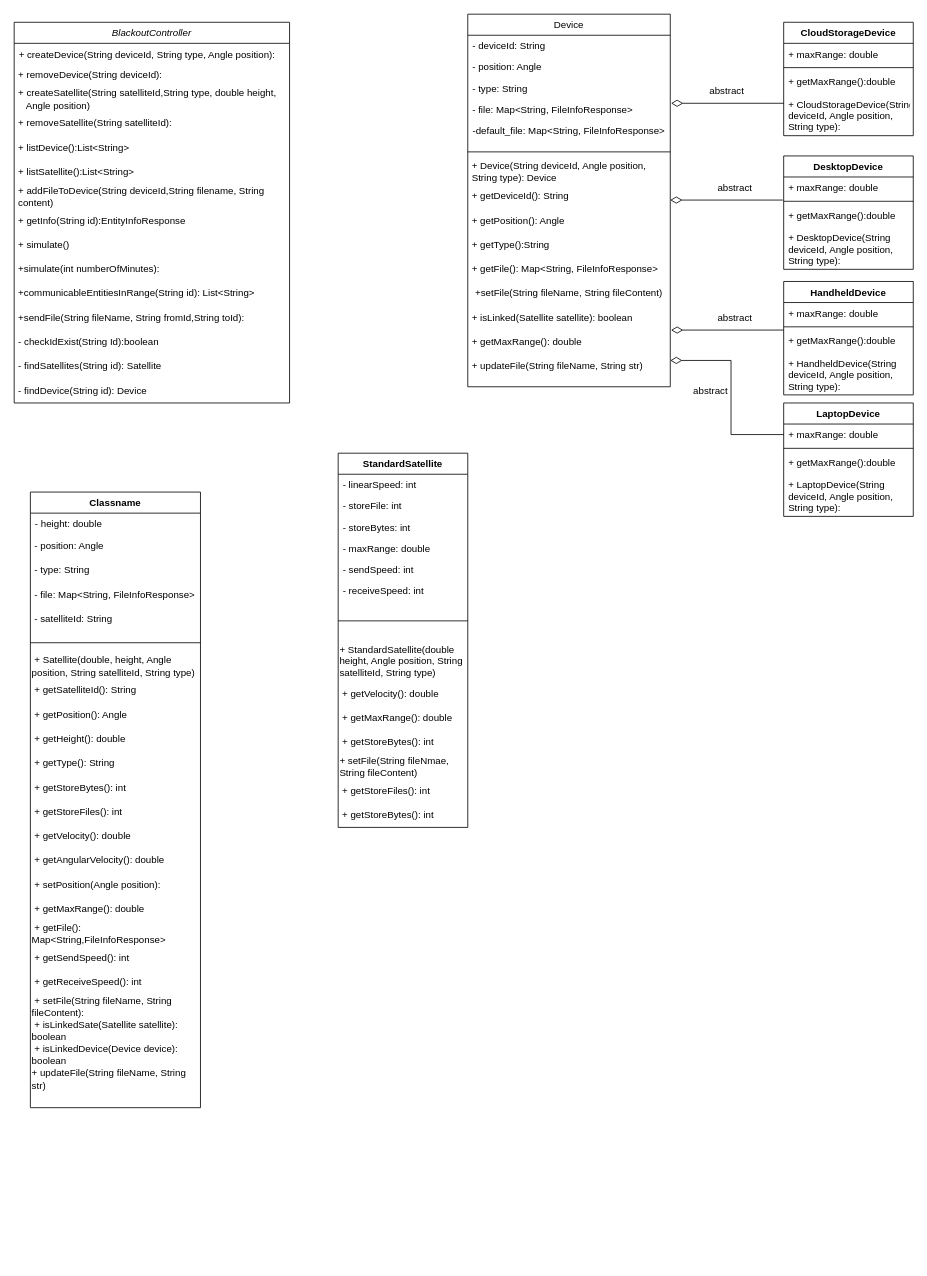
Above: Untitled Diagram.drawio in BegSimonIner/comp2511 (draw.io), before the change. Source tidied: cells renumbered, new cells numbered last; positions are measured from the earlier drawing's top-left corner, leaving out a move shared by most shapes. Both pictures are drawn from the tidied source at 81%, with x=0, y=0 at pixel (14, 14).
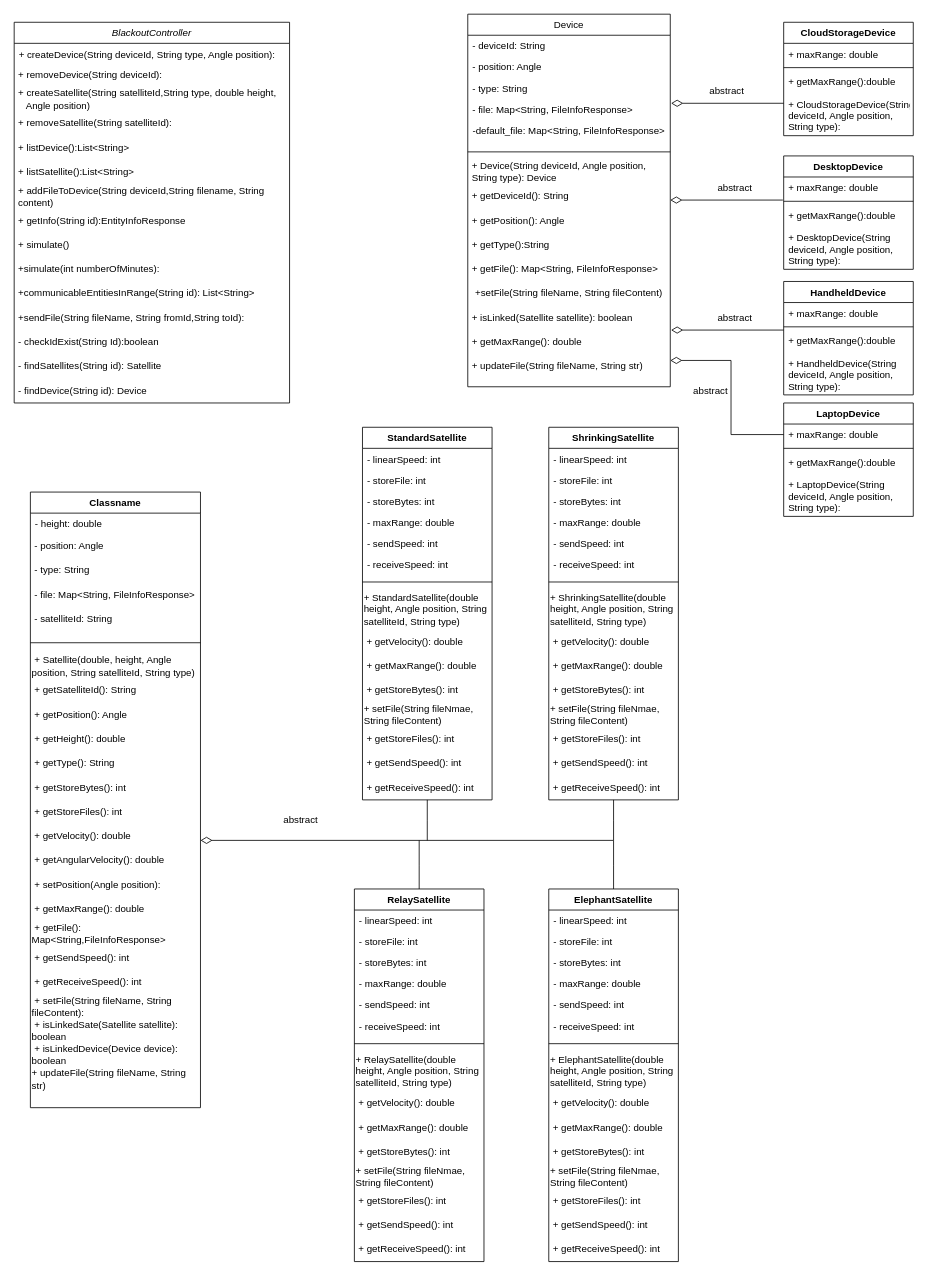
Above is the later version.

What changed in the source:
```diff
@@
     <mxCell id="84" value="StandardSatellite" style="swimlane;fontStyle=1;align=center;verticalAlign=top;horizontal=1;startSize=26;" parent="1" vertex="1">
-      <mxGeometry x="400" y="542" width="160" height="462" as="geometry" />
+      <mxGeometry x="430" y="510" width="160" height="460" as="geometry" />
     </mxCell>
@@
     <mxCell id="91" style="line;strokeWidth=1;fillColor=none;align=left;verticalAlign=middle;spacingTop=-1;spacingLeft=3;spacingRight=3;labelPosition=right;" parent="84" vertex="1">
-      <mxGeometry y="182" width="160" height="50" as="geometry" />
+      <mxGeometry y="182" width="160" height="18" as="geometry" />
     </mxCell>
     <mxCell id="92" value="+ StandardSatellite(double height, Angle position, String satelliteId, String type)" style="text;html=1;strokeColor=none;fillColor=none;align=left;verticalAlign=middle;whiteSpace=wrap;rounded=0;" parent="84" vertex="1">
-      <mxGeometry y="232" width="160" height="50" as="geometry" />
+      <mxGeometry y="200" width="160" height="50" as="geometry" />
     </mxCell>
     <mxCell id="93" value="&amp;nbsp;+ getVelocity(): double" style="text;html=1;strokeColor=none;fillColor=none;align=left;verticalAlign=middle;whiteSpace=wrap;rounded=0;" parent="84" vertex="1">
-      <mxGeometry y="282" width="160" height="30" as="geometry" />
+      <mxGeometry y="250" width="160" height="30" as="geometry" />
     </mxCell>
     <mxCell id="94" value="&amp;nbsp;+ getMaxRange(): double" style="text;html=1;strokeColor=none;fillColor=none;align=left;verticalAlign=middle;whiteSpace=wrap;rounded=0;" parent="84" vertex="1">
-      <mxGeometry y="312" width="160" height="30" as="geometry" />
+      <mxGeometry y="280" width="160" height="30" as="geometry" />
     </mxCell>
     <mxCell id="95" value="&amp;nbsp;+ getStoreBytes(): int" style="text;html=1;strokeColor=none;fillColor=none;align=left;verticalAlign=middle;whiteSpace=wrap;rounded=0;" parent="84" vertex="1">
-      <mxGeometry y="342" width="160" height="30" as="geometry" />
+      <mxGeometry y="310" width="160" height="30" as="geometry" />
     </mxCell>
     <mxCell id="96" value="+ setFile(String fileNmae, String fileContent)" style="text;html=1;strokeColor=none;fillColor=none;align=left;verticalAlign=middle;whiteSpace=wrap;rounded=0;" parent="84" vertex="1">
-      <mxGeometry y="372" width="160" height="30" as="geometry" />
+      <mxGeometry y="340" width="160" height="30" as="geometry" />
     </mxCell>
     <mxCell id="97" value="&amp;nbsp;+ getStoreFiles(): int" style="text;html=1;strokeColor=none;fillColor=none;align=left;verticalAlign=middle;whiteSpace=wrap;rounded=0;" parent="84" vertex="1">
-      <mxGeometry y="402" width="160" height="30" as="geometry" />
+      <mxGeometry y="370" width="160" height="30" as="geometry" />
     </mxCell>
-    <mxCell id="98" value="&amp;nbsp;+ getStoreBytes(): int" style="text;html=1;strokeColor=none;fillColor=none;align=left;verticalAlign=middle;whiteSpace=wrap;rounded=0;" parent="84" vertex="1">
-      <mxGeometry y="432" width="160" height="30" as="geometry" />
+    <mxCell id="98" value="&amp;nbsp;+ getSendSpeed(): int" style="text;html=1;strokeColor=none;fillColor=none;align=left;verticalAlign=middle;whiteSpace=wrap;rounded=0;" parent="84" vertex="1">
+      <mxGeometry y="400" width="160" height="30" as="geometry" />
     </mxCell>
+    <mxCell id="99" value="&amp;nbsp;+ getReceiveSpeed(): int" style="text;html=1;strokeColor=none;fillColor=none;align=left;verticalAlign=middle;whiteSpace=wrap;rounded=0;" parent="84" vertex="1">
+      <mxGeometry y="430" width="160" height="30" as="geometry" />
+    </mxCell>
+    <mxCell id="100" value="ShrinkingSatellite" style="swimlane;fontStyle=1;align=center;verticalAlign=top;horizontal=1;startSize=26;" parent="1" vertex="1">
+      <mxGeometry x="660" y="510" width="160" height="460" as="geometry" />
+    </mxCell>
+    <mxCell id="101" value="- linearSpeed: int" style="text;strokeColor=none;fillColor=none;align=left;verticalAlign=top;spacingLeft=4;spacingRight=4;overflow=hidden;" parent="100" vertex="1">
+      <mxGeometry y="26" width="160" height="26" as="geometry" />
+    </mxCell>
+    <mxCell id="102" value="- storeFile: int" style="text;strokeColor=none;fillColor=none;align=left;verticalAlign=top;spacingLeft=4;spacingRight=4;overflow=hidden;" parent="100" vertex="1">
+      <mxGeometry y="52" width="160" height="26" as="geometry" />
+    </mxCell>
+    <mxCell id="103" value="- storeBytes: int" style="text;strokeColor=none;fillColor=none;align=left;verticalAlign=top;spacingLeft=4;spacingRight=4;overflow=hidden;" parent="100" vertex="1">
+      <mxGeometry y="78" width="160" height="26" as="geometry" />
+    </mxCell>
+    <mxCell id="104" value="- maxRange: double" style="text;strokeColor=none;fillColor=none;align=left;verticalAlign=top;spacingLeft=4;spacingRight=4;overflow=hidden;" parent="100" vertex="1">
+      <mxGeometry y="104" width="160" height="26" as="geometry" />
+    </mxCell>
+    <mxCell id="105" value="- sendSpeed: int" style="text;strokeColor=none;fillColor=none;align=left;verticalAlign=top;spacingLeft=4;spacingRight=4;overflow=hidden;" parent="100" vertex="1">
+      <mxGeometry y="130" width="160" height="26" as="geometry" />
+    </mxCell>
+    <mxCell id="106" value="- receiveSpeed: int" style="text;strokeColor=none;fillColor=none;align=left;verticalAlign=top;spacingLeft=4;spacingRight=4;overflow=hidden;" parent="100" vertex="1">
+      <mxGeometry y="156" width="160" height="26" as="geometry" />
+    </mxCell>
+    <mxCell id="107" style="line;strokeWidth=1;fillColor=none;align=left;verticalAlign=middle;spacingTop=-1;spacingLeft=3;spacingRight=3;labelPosition=right;" parent="100" vertex="1">
+      <mxGeometry y="182" width="160" height="18" as="geometry" />
+    </mxCell>
+    <mxCell id="108" value="+ ShrinkingSatellite(double height, Angle position, String satelliteId, String type)" style="text;html=1;strokeColor=none;fillColor=none;align=left;verticalAlign=middle;whiteSpace=wrap;rounded=0;" parent="100" vertex="1">
+      <mxGeometry y="200" width="160" height="50" as="geometry" />
+    </mxCell>
+    <mxCell id="109" value="&amp;nbsp;+ getVelocity(): double" style="text;html=1;strokeColor=none;fillColor=none;align=left;verticalAlign=middle;whiteSpace=wrap;rounded=0;" parent="100" vertex="1">
+      <mxGeometry y="250" width="160" height="30" as="geometry" />
+    </mxCell>
+    <mxCell id="110" value="&amp;nbsp;+ getMaxRange(): double" style="text;html=1;strokeColor=none;fillColor=none;align=left;verticalAlign=middle;whiteSpace=wrap;rounded=0;" parent="100" vertex="1">
+      <mxGeometry y="280" width="160" height="30" as="geometry" />
+    </mxCell>
+    <mxCell id="111" value="&amp;nbsp;+ getStoreBytes(): int" style="text;html=1;strokeColor=none;fillColor=none;align=left;verticalAlign=middle;whiteSpace=wrap;rounded=0;" parent="100" vertex="1">
+      <mxGeometry y="310" width="160" height="30" as="geometry" />
+    </mxCell>
+    <mxCell id="112" value="+ setFile(String fileNmae, String fileContent)" style="text;html=1;strokeColor=none;fillColor=none;align=left;verticalAlign=middle;whiteSpace=wrap;rounded=0;" parent="100" vertex="1">
+      <mxGeometry y="340" width="160" height="30" as="geometry" />
+    </mxCell>
+    <mxCell id="113" value="&amp;nbsp;+ getStoreFiles(): int" style="text;html=1;strokeColor=none;fillColor=none;align=left;verticalAlign=middle;whiteSpace=wrap;rounded=0;" parent="100" vertex="1">
+      <mxGeometry y="370" width="160" height="30" as="geometry" />
+    </mxCell>
+    <mxCell id="114" value="&amp;nbsp;+ getSendSpeed(): int" style="text;html=1;strokeColor=none;fillColor=none;align=left;verticalAlign=middle;whiteSpace=wrap;rounded=0;" parent="100" vertex="1">
+      <mxGeometry y="400" width="160" height="30" as="geometry" />
+    </mxCell>
+    <mxCell id="115" value="&amp;nbsp;+ getReceiveSpeed(): int" style="text;html=1;strokeColor=none;fillColor=none;align=left;verticalAlign=middle;whiteSpace=wrap;rounded=0;" parent="100" vertex="1">
+      <mxGeometry y="430" width="160" height="30" as="geometry" />
+    </mxCell>
+    <mxCell id="116" style="edgeStyle=orthogonalEdgeStyle;rounded=0;jettySize=auto;html=1;exitX=0.5;exitY=0;exitDx=0;exitDy=0;endArrow=none;endFill=0;endSize=12;strokeWidth=1;" parent="1" edge="1" source="117">
+      <mxGeometry relative="1" as="geometry">
+        <mxPoint x="500" y="1020" as="targetPoint" />
+      </mxGeometry>
+    </mxCell>
+    <mxCell id="117" value="RelaySatellite" style="swimlane;fontStyle=1;align=center;verticalAlign=top;horizontal=1;startSize=26;" parent="1" vertex="1">
+      <mxGeometry x="420" y="1080" width="160" height="460" as="geometry" />
+    </mxCell>
+    <mxCell id="118" value="- linearSpeed: int" style="text;strokeColor=none;fillColor=none;align=left;verticalAlign=top;spacingLeft=4;spacingRight=4;overflow=hidden;" parent="117" vertex="1">
+      <mxGeometry y="26" width="160" height="26" as="geometry" />
+    </mxCell>
+    <mxCell id="119" value="- storeFile: int" style="text;strokeColor=none;fillColor=none;align=left;verticalAlign=top;spacingLeft=4;spacingRight=4;overflow=hidden;" parent="117" vertex="1">
+      <mxGeometry y="52" width="160" height="26" as="geometry" />
+    </mxCell>
+    <mxCell id="120" value="- storeBytes: int" style="text;strokeColor=none;fillColor=none;align=left;verticalAlign=top;spacingLeft=4;spacingRight=4;overflow=hidden;" parent="117" vertex="1">
+      <mxGeometry y="78" width="160" height="26" as="geometry" />
+    </mxCell>
+    <mxCell id="121" value="- maxRange: double" style="text;strokeColor=none;fillColor=none;align=left;verticalAlign=top;spacingLeft=4;spacingRight=4;overflow=hidden;" parent="117" vertex="1">
+      <mxGeometry y="104" width="160" height="26" as="geometry" />
+    </mxCell>
+    <mxCell id="122" value="- sendSpeed: int" style="text;strokeColor=none;fillColor=none;align=left;verticalAlign=top;spacingLeft=4;spacingRight=4;overflow=hidden;" parent="117" vertex="1">
+      <mxGeometry y="130" width="160" height="26" as="geometry" />
+    </mxCell>
+    <mxCell id="123" value="- receiveSpeed: int" style="text;strokeColor=none;fillColor=none;align=left;verticalAlign=top;spacingLeft=4;spacingRight=4;overflow=hidden;" parent="117" vertex="1">
+      <mxGeometry y="156" width="160" height="26" as="geometry" />
+    </mxCell>
+    <mxCell id="124" style="line;strokeWidth=1;fillColor=none;align=left;verticalAlign=middle;spacingTop=-1;spacingLeft=3;spacingRight=3;labelPosition=right;" parent="117" vertex="1">
+      <mxGeometry y="182" width="160" height="18" as="geometry" />
+    </mxCell>
+    <mxCell id="125" value="+ RelaySatellite(double height, Angle position, String satelliteId, String type)" style="text;html=1;strokeColor=none;fillColor=none;align=left;verticalAlign=middle;whiteSpace=wrap;rounded=0;" parent="117" vertex="1">
+      <mxGeometry y="200" width="160" height="50" as="geometry" />
+    </mxCell>
+    <mxCell id="126" value="&amp;nbsp;+ getVelocity(): double" style="text;html=1;strokeColor=none;fillColor=none;align=left;verticalAlign=middle;whiteSpace=wrap;rounded=0;" parent="117" vertex="1">
+      <mxGeometry y="250" width="160" height="30" as="geometry" />
+    </mxCell>
+    <mxCell id="127" value="&amp;nbsp;+ getMaxRange(): double" style="text;html=1;strokeColor=none;fillColor=none;align=left;verticalAlign=middle;whiteSpace=wrap;rounded=0;" parent="117" vertex="1">
+      <mxGeometry y="280" width="160" height="30" as="geometry" />
+    </mxCell>
+    <mxCell id="128" value="&amp;nbsp;+ getStoreBytes(): int" style="text;html=1;strokeColor=none;fillColor=none;align=left;verticalAlign=middle;whiteSpace=wrap;rounded=0;" parent="117" vertex="1">
+      <mxGeometry y="310" width="160" height="30" as="geometry" />
+    </mxCell>
+    <mxCell id="129" value="+ setFile(String fileNmae, String fileContent)" style="text;html=1;strokeColor=none;fillColor=none;align=left;verticalAlign=middle;whiteSpace=wrap;rounded=0;" parent="117" vertex="1">
+      <mxGeometry y="340" width="160" height="30" as="geometry" />
+    </mxCell>
+    <mxCell id="130" value="&amp;nbsp;+ getStoreFiles(): int" style="text;html=1;strokeColor=none;fillColor=none;align=left;verticalAlign=middle;whiteSpace=wrap;rounded=0;" parent="117" vertex="1">
+      <mxGeometry y="370" width="160" height="30" as="geometry" />
+    </mxCell>
+    <mxCell id="131" value="&amp;nbsp;+ getSendSpeed(): int" style="text;html=1;strokeColor=none;fillColor=none;align=left;verticalAlign=middle;whiteSpace=wrap;rounded=0;" parent="117" vertex="1">
+      <mxGeometry y="400" width="160" height="30" as="geometry" />
+    </mxCell>
+    <mxCell id="132" value="&amp;nbsp;+ getReceiveSpeed(): int" style="text;html=1;strokeColor=none;fillColor=none;align=left;verticalAlign=middle;whiteSpace=wrap;rounded=0;" parent="117" vertex="1">
+      <mxGeometry y="430" width="160" height="30" as="geometry" />
+    </mxCell>
+    <mxCell id="133" style="edgeStyle=orthogonalEdgeStyle;rounded=0;jettySize=auto;html=1;exitX=0.5;exitY=0;exitDx=0;exitDy=0;endArrow=none;endFill=0;endSize=12;strokeWidth=1;" parent="1" edge="1" source="134">
+      <mxGeometry relative="1" as="geometry">
+        <mxPoint x="740" y="1020" as="targetPoint" />
+      </mxGeometry>
+    </mxCell>
+    <mxCell id="134" value="ElephantSatellite" style="swimlane;fontStyle=1;align=center;verticalAlign=top;horizontal=1;startSize=26;" parent="1" vertex="1">
+      <mxGeometry x="660" y="1080" width="160" height="460" as="geometry" />
+    </mxCell>
+    <mxCell id="135" value="- linearSpeed: int" style="text;strokeColor=none;fillColor=none;align=left;verticalAlign=top;spacingLeft=4;spacingRight=4;overflow=hidden;" parent="134" vertex="1">
+      <mxGeometry y="26" width="160" height="26" as="geometry" />
+    </mxCell>
+    <mxCell id="136" value="- storeFile: int" style="text;strokeColor=none;fillColor=none;align=left;verticalAlign=top;spacingLeft=4;spacingRight=4;overflow=hidden;" parent="134" vertex="1">
+      <mxGeometry y="52" width="160" height="26" as="geometry" />
+    </mxCell>
+    <mxCell id="137" value="- storeBytes: int" style="text;strokeColor=none;fillColor=none;align=left;verticalAlign=top;spacingLeft=4;spacingRight=4;overflow=hidden;" parent="134" vertex="1">
+      <mxGeometry y="78" width="160" height="26" as="geometry" />
+    </mxCell>
+    <mxCell id="138" value="- maxRange: double" style="text;strokeColor=none;fillColor=none;align=left;verticalAlign=top;spacingLeft=4;spacingRight=4;overflow=hidden;" parent="134" vertex="1">
+      <mxGeometry y="104" width="160" height="26" as="geometry" />
+    </mxCell>
+    <mxCell id="139" value="- sendSpeed: int" style="text;strokeColor=none;fillColor=none;align=left;verticalAlign=top;spacingLeft=4;spacingRight=4;overflow=hidden;" parent="134" vertex="1">
+      <mxGeometry y="130" width="160" height="26" as="geometry" />
+    </mxCell>
+    <mxCell id="140" value="- receiveSpeed: int" style="text;strokeColor=none;fillColor=none;align=left;verticalAlign=top;spacingLeft=4;spacingRight=4;overflow=hidden;" parent="134" vertex="1">
+      <mxGeometry y="156" width="160" height="26" as="geometry" />
+    </mxCell>
+    <mxCell id="141" style="line;strokeWidth=1;fillColor=none;align=left;verticalAlign=middle;spacingTop=-1;spacingLeft=3;spacingRight=3;labelPosition=right;" parent="134" vertex="1">
+      <mxGeometry y="182" width="160" height="18" as="geometry" />
+    </mxCell>
+    <mxCell id="142" value="+ ElephantSatellite(double height, Angle position, String satelliteId, String type)" style="text;html=1;strokeColor=none;fillColor=none;align=left;verticalAlign=middle;whiteSpace=wrap;rounded=0;" parent="134" vertex="1">
+      <mxGeometry y="200" width="160" height="50" as="geometry" />
+    </mxCell>
+    <mxCell id="143" value="&amp;nbsp;+ getVelocity(): double" style="text;html=1;strokeColor=none;fillColor=none;align=left;verticalAlign=middle;whiteSpace=wrap;rounded=0;" parent="134" vertex="1">
+      <mxGeometry y="250" width="160" height="30" as="geometry" />
+    </mxCell>
+    <mxCell id="144" value="&amp;nbsp;+ getMaxRange(): double" style="text;html=1;strokeColor=none;fillColor=none;align=left;verticalAlign=middle;whiteSpace=wrap;rounded=0;" parent="134" vertex="1">
+      <mxGeometry y="280" width="160" height="30" as="geometry" />
+    </mxCell>
+    <mxCell id="145" value="&amp;nbsp;+ getStoreBytes(): int" style="text;html=1;strokeColor=none;fillColor=none;align=left;verticalAlign=middle;whiteSpace=wrap;rounded=0;" parent="134" vertex="1">
+      <mxGeometry y="310" width="160" height="30" as="geometry" />
+    </mxCell>
+    <mxCell id="146" value="+ setFile(String fileNmae, String fileContent)" style="text;html=1;strokeColor=none;fillColor=none;align=left;verticalAlign=middle;whiteSpace=wrap;rounded=0;" parent="134" vertex="1">
+      <mxGeometry y="340" width="160" height="30" as="geometry" />
+    </mxCell>
+    <mxCell id="147" value="&amp;nbsp;+ getStoreFiles(): int" style="text;html=1;strokeColor=none;fillColor=none;align=left;verticalAlign=middle;whiteSpace=wrap;rounded=0;" parent="134" vertex="1">
+      <mxGeometry y="370" width="160" height="30" as="geometry" />
+    </mxCell>
+    <mxCell id="148" value="&amp;nbsp;+ getSendSpeed(): int" style="text;html=1;strokeColor=none;fillColor=none;align=left;verticalAlign=middle;whiteSpace=wrap;rounded=0;" parent="134" vertex="1">
+      <mxGeometry y="400" width="160" height="30" as="geometry" />
+    </mxCell>
+    <mxCell id="149" value="&amp;nbsp;+ getReceiveSpeed(): int" style="text;html=1;strokeColor=none;fillColor=none;align=left;verticalAlign=middle;whiteSpace=wrap;rounded=0;" parent="134" vertex="1">
+      <mxGeometry y="430" width="160" height="30" as="geometry" />
+    </mxCell>
+    <mxCell id="150" style="edgeStyle=orthogonalEdgeStyle;rounded=0;orthogonalLoop=1;jettySize=auto;html=1;entryX=1.004;entryY=0.231;entryDx=0;entryDy=0;entryPerimeter=0;endArrow=diamondThin;endFill=0;strokeWidth=1;endSize=12;" parent="1" edge="1">
+      <mxGeometry relative="1" as="geometry">
+        <mxPoint x="740" y="1020" as="sourcePoint" />
+        <mxPoint x="230" y="1020" as="targetPoint" />
+      </mxGeometry>
+    </mxCell>
+    <mxCell id="151" style="edgeStyle=orthogonalEdgeStyle;rounded=0;jettySize=auto;html=1;exitX=0.5;exitY=1;exitDx=0;exitDy=0;endArrow=none;endFill=0;endSize=12;strokeWidth=1;" parent="1" edge="1" source="115">
+      <mxGeometry relative="1" as="geometry">
+        <mxPoint x="740" y="1020" as="targetPoint" />
+      </mxGeometry>
+    </mxCell>
+    <mxCell id="152" style="edgeStyle=orthogonalEdgeStyle;rounded=0;jettySize=auto;html=1;exitX=0.5;exitY=1;exitDx=0;exitDy=0;endArrow=none;endFill=0;endSize=12;strokeWidth=1;" parent="1" edge="1" source="99">
+      <mxGeometry relative="1" as="geometry">
+        <mxPoint x="510" y="1020" as="targetPoint" />
+      </mxGeometry>
+    </mxCell>
+    <mxCell id="153" value="abstract" style="text;html=1;strokeColor=none;fillColor=none;align=center;verticalAlign=middle;whiteSpace=wrap;rounded=0;" parent="1" vertex="1">
+      <mxGeometry x="324" y="980" width="60" height="30" as="geometry" />
+    </mxCell>
```
